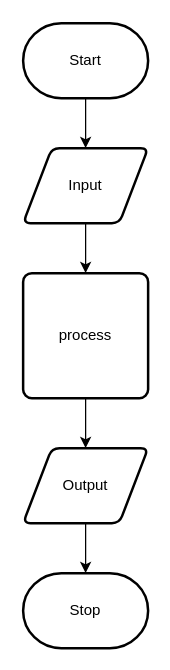
Before: design/flow-chart.drawio in andre-deveau/ICS20-Unit-6-02, a draw.io diagram. Source tidied: cells renumbered, new cells numbered last; positions are measured from the earlier drawing's top-left corner, leaving out a move shared by most shapes. Both pictures are drawn from the tidied source at 125%, with x=0, y=0 at pixel (22, 22).
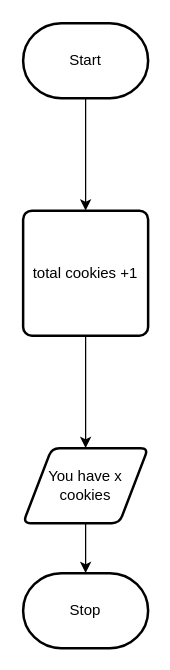
Above is the later version.

The edit, as a diff of the source:
```diff
@@
 <mxGraphModel>
   <root>
     <mxCell id="0" />
     <mxCell id="1" parent="0" />
-    <mxCell id="2" style="edgeStyle=none;html=1;" parent="1" edge="1" source="3" target="5">
-      <mxGeometry relative="1" as="geometry" />
-    </mxCell>
+    <mxCell id="8" style="edgeStyle=none;html=1;" parent="1" edge="1" source="3" target="12">
+      <mxGeometry relative="1" as="geometry" />
+    </mxCell>
     <mxCell id="3" value="Start" style="strokeWidth=2;html=1;shape=mxgraph.flowchart.terminator;whiteSpace=wrap;" parent="1" vertex="1">
       <mxGeometry width="100" height="60" as="geometry" />
     </mxCell>
-    <mxCell id="4" style="edgeStyle=none;html=1;" parent="1" edge="1" source="5" target="7">
-      <mxGeometry relative="1" as="geometry" />
-    </mxCell>
-    <mxCell id="5" value="Input" style="shape=parallelogram;html=1;strokeWidth=2;perimeter=parallelogramPerimeter;whiteSpace=wrap;rounded=1;arcSize=12;size=0.23;" parent="1" vertex="1">
-      <mxGeometry y="100" width="100" height="60" as="geometry" />
-    </mxCell>
-    <mxCell id="6" style="edgeStyle=none;html=1;" parent="1" edge="1" source="7" target="9">
-      <mxGeometry relative="1" as="geometry" />
-    </mxCell>
-    <mxCell id="7" value="process" style="rounded=1;whiteSpace=wrap;html=1;absoluteArcSize=1;arcSize=14;strokeWidth=2;" parent="1" vertex="1">
-      <mxGeometry y="200" width="100" height="100" as="geometry" />
-    </mxCell>
-    <mxCell id="8" style="edgeStyle=none;html=1;" parent="1" edge="1" source="9" target="10">
-      <mxGeometry relative="1" as="geometry" />
-    </mxCell>
-    <mxCell id="9" value="Output" style="shape=parallelogram;html=1;strokeWidth=2;perimeter=parallelogramPerimeter;whiteSpace=wrap;rounded=1;arcSize=12;size=0.23;" parent="1" vertex="1">
-      <mxGeometry y="340" width="100" height="60" as="geometry" />
-    </mxCell>
+    <mxCell id="11" style="edgeStyle=none;html=1;" parent="1" edge="1" source="12" target="14">
+      <mxGeometry relative="1" as="geometry" />
+    </mxCell>
+    <mxCell id="12" value="total cookies +1" style="rounded=1;whiteSpace=wrap;html=1;absoluteArcSize=1;arcSize=14;strokeWidth=2;" parent="1" vertex="1">
+      <mxGeometry y="150" width="100" height="100" as="geometry" />
+    </mxCell>
+    <mxCell id="13" style="edgeStyle=none;html=1;" parent="1" edge="1" source="14" target="10">
+      <mxGeometry relative="1" as="geometry" />
+    </mxCell>
+    <mxCell id="14" value="You have x cookies" style="shape=parallelogram;html=1;strokeWidth=2;perimeter=parallelogramPerimeter;whiteSpace=wrap;rounded=1;arcSize=12;size=0.23;" parent="1" vertex="1">
+      <mxGeometry y="340" width="100" height="60" as="geometry" />
+    </mxCell>
     <mxCell id="10" value="Stop" style="strokeWidth=2;html=1;shape=mxgraph.flowchart.terminator;whiteSpace=wrap;" parent="1" vertex="1">
       <mxGeometry y="440" width="100" height="60" as="geometry" />
     </mxCell>
   </root>
 </mxGraphModel>
```
